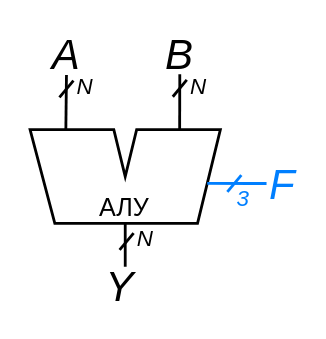
Above: .pic/Labs/lab_02_alu/fig_01.drawio.svg in MPSU/APS (draw.io), before the change. Source tidied: cells renumbered, new cells last; positions are measured from the earlier drawing's top-left corner, leaving out a move shared by most shapes.
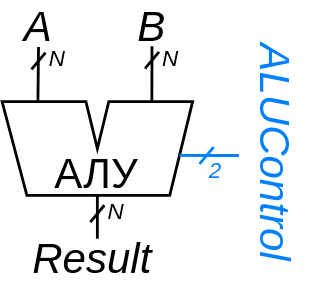
After the change.

Change to the diagram source:
```diff
@@ -1,8 +1,8 @@
-<mxGraphModel>
+<mxGraphModel background="#ffffff">
   <root>
     <mxCell id="0" />
     <mxCell id="1" parent="0" />
-    <mxCell id="2" value="АЛУ" style="verticalLabelPosition=bottom;verticalAlign=top;html=1;shape=mxgraph.basic.polygon;polyCoords=[[0.44,0],[0.5,0.5],[0.56,0],[1,0],[0.88,1],[0.25,1],[0.13,1],[0,0]];polyline=0;spacingTop=-28;fontSize=18;spacingLeft=-2;strokeWidth=2;" parent="1" vertex="1">
+    <mxCell id="2" value="&lt;font style=&quot;font-size: 30px;&quot;&gt;АЛУ&lt;/font&gt;" style="verticalLabelPosition=bottom;verticalAlign=top;html=1;shape=mxgraph.basic.polygon;polyCoords=[[0.44,0],[0.5,0.5],[0.56,0],[1,0],[0.88,1],[0.25,1],[0.13,1],[0,0]];polyline=0;spacingTop=-40;fontSize=18;spacingLeft=-2;strokeWidth=2;" parent="1" vertex="1">
       <mxGeometry y="69" width="136" height="67" as="geometry" />
     </mxCell>
     <mxCell id="3" style="edgeStyle=orthogonalEdgeStyle;rounded=0;jettySize=auto;html=1;endArrow=none;endFill=0;strokeWidth=2;" parent="1" edge="1" source="2">
@@ -13,67 +13,73 @@
     <mxCell id="4" value="&lt;font style=&quot;font-size: 30px;&quot;&gt;A&lt;/font&gt;" style="text;html=1;strokeColor=none;fillColor=none;align=center;verticalAlign=middle;whiteSpace=wrap;rounded=0;fontStyle=2;fontSize=30;" parent="1" vertex="1">
       <mxGeometry x="16" width="20" height="30" as="geometry" />
     </mxCell>
-    <mxCell id="5" style="edgeStyle=orthogonalEdgeStyle;rounded=0;jettySize=auto;html=1;exitX=0;exitY=0.5;exitDx=0;exitDy=0;entryX=0.931;entryY=0.574;entryDx=0;entryDy=0;endArrow=none;endFill=0;strokeColor=#007FFF;entryPerimeter=0;strokeWidth=2;" parent="1" edge="1" source="6" target="2">
-      <mxGeometry relative="1" as="geometry" />
+    <mxCell id="5" style="edgeStyle=orthogonalEdgeStyle;rounded=0;jettySize=auto;html=1;exitX=0;exitY=0.5;exitDx=0;exitDy=0;entryX=0.931;entryY=0.574;entryDx=0;entryDy=0;endArrow=none;endFill=0;strokeColor=#007FFF;entryPerimeter=0;strokeWidth=2;" parent="1" edge="1" target="2">
+      <mxGeometry relative="1" as="geometry">
+        <mxPoint x="169" y="107.5" as="sourcePoint" />
+        <Array as="points">
+          <mxPoint x="144" y="107" />
+          <mxPoint x="144" y="107" />
+        </Array>
+      </mxGeometry>
     </mxCell>
-    <mxCell id="6" value="&lt;font color=&quot;#007fff&quot; style=&quot;font-size: 30px;&quot;&gt;F&lt;/font&gt;" style="text;html=1;strokeColor=none;fillColor=none;align=center;verticalAlign=middle;whiteSpace=wrap;rounded=0;fontSize=30;fontStyle=2;" parent="1" vertex="1">
-      <mxGeometry x="169" y="78" width="23" height="59" as="geometry" />
+    <mxCell id="6" value="&lt;i&gt;&lt;font style=&quot;font-size: 30px;&quot;&gt;B&lt;/font&gt;&lt;/i&gt;" style="text;html=1;strokeColor=none;fillColor=none;align=center;verticalAlign=middle;whiteSpace=wrap;rounded=0;fontSize=18;fontColor=#000000;" parent="1" vertex="1">
+      <mxGeometry x="97" width="20" height="29.5" as="geometry" />
     </mxCell>
-    <mxCell id="7" value="&lt;i&gt;&lt;font style=&quot;font-size: 30px;&quot;&gt;B&lt;/font&gt;&lt;/i&gt;" style="text;html=1;strokeColor=none;fillColor=none;align=center;verticalAlign=middle;whiteSpace=wrap;rounded=0;fontSize=18;fontColor=#000000;" parent="1" vertex="1">
-      <mxGeometry x="97" width="20" height="29.5" as="geometry" />
+    <mxCell id="7" style="endArrow=none;html=1;rounded=0;strokeWidth=2;" parent="1" edge="1">
+      <mxGeometry relative="1" as="geometry">
+        <mxPoint x="102" y="45.5" as="sourcePoint" />
+        <mxPoint x="112" y="33.5" as="targetPoint" />
+      </mxGeometry>
     </mxCell>
-    <mxCell id="8" style="endArrow=none;html=1;rounded=0;strokeWidth=2;" parent="1" edge="1">
-      <mxGeometry relative="1" as="geometry">
-        <mxPoint x="102" y="45.5" as="sourcePoint" />
-        <mxPoint x="112" y="33.5" as="targetPoint" />
+    <mxCell id="8" value="N" style="edgeLabel;html=1;align=center;verticalAlign=middle;labelBackgroundColor=none;fontSize=16;fontStyle=2;" parent="7" vertex="1">
+      <mxGeometry x="0.62" y="-1" relative="1" as="geometry">
+        <mxPoint x="8" y="1" as="offset" />
       </mxGeometry>
     </mxCell>
-    <mxCell id="9" value="N" style="edgeLabel;html=1;align=center;verticalAlign=middle;labelBackgroundColor=none;fontSize=16;fontStyle=2;" parent="8" vertex="1">
-      <mxGeometry x="0.62" y="-1" relative="1" as="geometry">
-        <mxPoint x="8" y="1" as="offset" />
+    <mxCell id="9" style="endArrow=none;html=1;rounded=0;strokeWidth=2;" parent="1" edge="1">
+      <mxGeometry relative="1" as="geometry">
+        <mxPoint x="21" y="46" as="sourcePoint" />
+        <mxPoint x="31" y="34" as="targetPoint" />
       </mxGeometry>
     </mxCell>
-    <mxCell id="10" style="endArrow=none;html=1;rounded=0;strokeWidth=2;" parent="1" edge="1">
-      <mxGeometry relative="1" as="geometry">
-        <mxPoint x="21" y="46" as="sourcePoint" />
-        <mxPoint x="31" y="34" as="targetPoint" />
+    <mxCell id="10" value="N" style="edgeLabel;html=1;align=center;verticalAlign=middle;labelBackgroundColor=none;fontSize=16;fontStyle=2;" parent="9" vertex="1">
+      <mxGeometry x="0.62" y="-1" relative="1" as="geometry">
+        <mxPoint x="8" y="1" as="offset" />
       </mxGeometry>
     </mxCell>
-    <mxCell id="11" value="N" style="edgeLabel;html=1;align=center;verticalAlign=middle;labelBackgroundColor=none;fontSize=16;fontStyle=2;" parent="10" vertex="1">
-      <mxGeometry x="0.62" y="-1" relative="1" as="geometry">
-        <mxPoint x="8" y="1" as="offset" />
+    <mxCell id="11" style="endArrow=none;html=1;rounded=0;strokeWidth=2;" parent="1" edge="1">
+      <mxGeometry relative="1" as="geometry">
+        <mxPoint x="63" y="155" as="sourcePoint" />
+        <mxPoint x="73" y="143" as="targetPoint" />
       </mxGeometry>
     </mxCell>
-    <mxCell id="12" style="endArrow=none;html=1;rounded=0;strokeWidth=2;" parent="1" edge="1">
-      <mxGeometry relative="1" as="geometry">
-        <mxPoint x="64" y="155" as="sourcePoint" />
-        <mxPoint x="74" y="143" as="targetPoint" />
+    <mxCell id="12" value="N" style="edgeLabel;html=1;align=center;verticalAlign=middle;labelBackgroundColor=none;fontSize=16;fontStyle=2;" parent="11" vertex="1">
+      <mxGeometry x="0.62" y="-1" relative="1" as="geometry">
+        <mxPoint x="8" y="1" as="offset" />
       </mxGeometry>
     </mxCell>
-    <mxCell id="13" value="N" style="edgeLabel;html=1;align=center;verticalAlign=middle;labelBackgroundColor=none;fontSize=16;fontStyle=2;" parent="12" vertex="1">
-      <mxGeometry x="0.62" y="-1" relative="1" as="geometry">
-        <mxPoint x="8" y="1" as="offset" />
-      </mxGeometry>
+    <mxCell id="13" value="&lt;span style=&quot;font-size: 30px;&quot;&gt;&lt;i&gt;Result&lt;/i&gt;&lt;/span&gt;" style="text;html=1;strokeColor=none;fillColor=none;align=center;verticalAlign=middle;whiteSpace=wrap;rounded=0;fontSize=18;fontColor=#000000;" parent="1" vertex="1">
+      <mxGeometry x="52" y="166" width="25" height="29.5" as="geometry" />
     </mxCell>
-    <mxCell id="14" value="&lt;font size=&quot;1&quot;&gt;&lt;i style=&quot;font-size: 30px;&quot;&gt;Y&lt;/i&gt;&lt;/font&gt;" style="text;html=1;strokeColor=none;fillColor=none;align=center;verticalAlign=middle;whiteSpace=wrap;rounded=0;fontSize=18;fontColor=#000000;" parent="1" vertex="1">
-      <mxGeometry x="52" y="166" width="25" height="29.5" as="geometry" />
+    <mxCell id="14" style="endArrow=none;html=1;rounded=0;strokeWidth=2;strokeColor=#007FFF;" parent="1" edge="1">
+      <mxGeometry relative="1" as="geometry">
+        <mxPoint x="141" y="113.5" as="sourcePoint" />
+        <mxPoint x="151" y="101.5" as="targetPoint" />
+      </mxGeometry>
     </mxCell>
-    <mxCell id="15" style="endArrow=none;html=1;rounded=0;strokeWidth=2;strokeColor=#007FFF;" parent="1" edge="1">
-      <mxGeometry relative="1" as="geometry">
-        <mxPoint x="141" y="113.5" as="sourcePoint" />
-        <mxPoint x="151" y="101.5" as="targetPoint" />
+    <mxCell id="15" value="2" style="edgeLabel;html=1;align=center;verticalAlign=middle;labelBackgroundColor=none;fontSize=16;fontStyle=2;fontColor=#007FFF;" parent="14" vertex="1">
+      <mxGeometry x="0.62" y="-1" relative="1" as="geometry">
+        <mxPoint x="1" y="13" as="offset" />
       </mxGeometry>
     </mxCell>
-    <mxCell id="16" value="3" style="edgeLabel;html=1;align=center;verticalAlign=middle;labelBackgroundColor=none;fontSize=16;fontStyle=2;fontColor=#007FFF;" parent="15" vertex="1">
-      <mxGeometry x="0.62" y="-1" relative="1" as="geometry">
-        <mxPoint x="1" y="13" as="offset" />
-      </mxGeometry>
+    <mxCell id="16" style="edgeStyle=orthogonalEdgeStyle;rounded=0;jettySize=auto;html=1;exitX=0.5;exitY=1;exitDx=0;exitDy=0;entryX=0.786;entryY=0;entryDx=0;entryDy=0;entryPerimeter=0;strokeWidth=2;endArrow=none;endFill=0;" parent="1" edge="1" source="6" target="2">
+      <mxGeometry relative="1" as="geometry" />
     </mxCell>
-    <mxCell id="17" style="edgeStyle=orthogonalEdgeStyle;rounded=0;jettySize=auto;html=1;exitX=0.5;exitY=1;exitDx=0;exitDy=0;entryX=0.786;entryY=0;entryDx=0;entryDy=0;entryPerimeter=0;strokeWidth=2;endArrow=none;endFill=0;" parent="1" edge="1" source="7" target="2">
+    <mxCell id="17" style="edgeStyle=orthogonalEdgeStyle;rounded=0;jettySize=auto;html=1;exitX=0.5;exitY=1;exitDx=0;exitDy=0;entryX=0.188;entryY=-0.005;entryDx=0;entryDy=0;entryPerimeter=0;endArrow=none;endFill=0;strokeWidth=2;" parent="1" edge="1" source="4" target="2">
       <mxGeometry relative="1" as="geometry" />
     </mxCell>
-    <mxCell id="18" style="edgeStyle=orthogonalEdgeStyle;rounded=0;jettySize=auto;html=1;exitX=0.5;exitY=1;exitDx=0;exitDy=0;entryX=0.188;entryY=-0.005;entryDx=0;entryDy=0;entryPerimeter=0;endArrow=none;endFill=0;strokeWidth=2;" parent="1" edge="1" source="4" target="2">
-      <mxGeometry relative="1" as="geometry" />
+    <mxCell id="18" value="&lt;font color=&quot;#007fff&quot; style=&quot;font-size: 30px;&quot;&gt;ALUControl&lt;/font&gt;" style="text;html=1;strokeColor=none;fillColor=none;align=center;verticalAlign=middle;whiteSpace=wrap;rounded=0;fontSize=30;fontStyle=2;rotation=90;" parent="1" vertex="1">
+      <mxGeometry x="113" y="76" width="166" height="59" as="geometry" />
     </mxCell>
   </root>
 </mxGraphModel>
```
